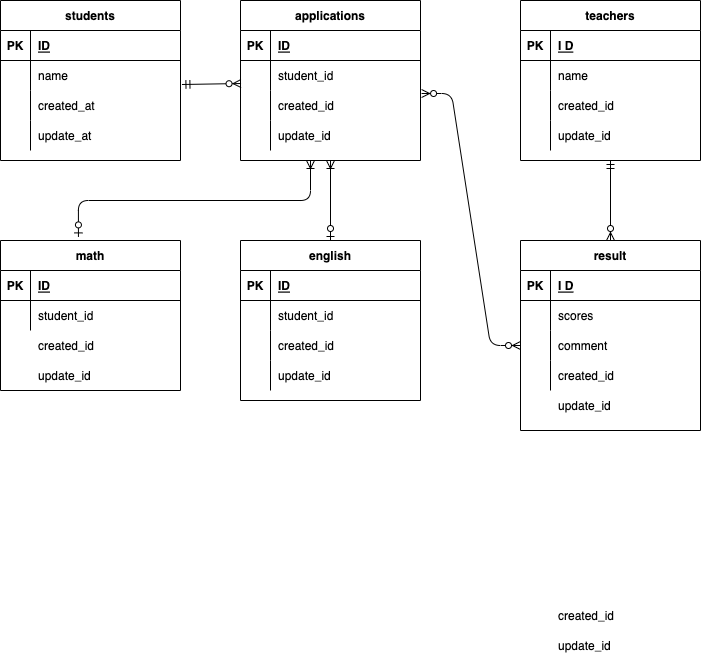
The draw.io diagram index.drawio.png in FukumuraTakayuki/20221019ERtest, before a commit. Source tidied: cells renumbered, new cells last; positions are measured from the earlier drawing's top-left corner, leaving out a move shared by most shapes.
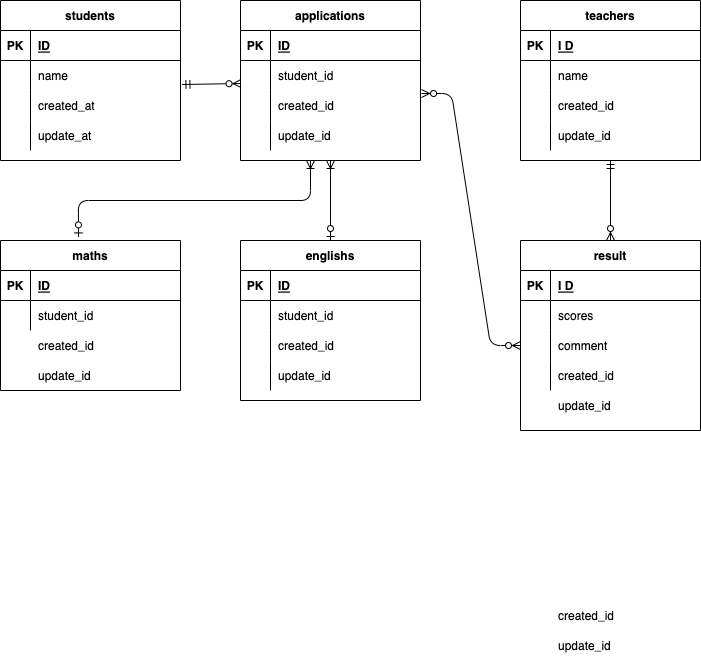
Above is the later version.

What changed in the source:
```diff
@@ -80,7 +80,7 @@
     <mxCell id="27" value="update_id" style="shape=partialRectangle;fillColor=none;top=0;left=0;bottom=0;right=0;align=left;spacingLeft=6;overflow=hidden;" parent="25" vertex="1">
       <mxGeometry x="30" width="150" height="30" as="geometry" />
     </mxCell>
-    <mxCell id="28" value="english" style="shape=table;startSize=30;rowLines=0;fontStyle=1;align=center;" parent="1" vertex="1">
+    <mxCell id="28" value="englishs" style="shape=table;startSize=30;rowLines=0;fontStyle=1;align=center;" parent="1" vertex="1">
       <mxGeometry x="240" y="240" width="180" height="160" as="geometry" />
     </mxCell>
     <mxCell id="29" style="shape=partialRectangle;fillColor=none;top=0;left=0;bottom=1;right=0;" parent="28" vertex="1">
@@ -221,7 +221,7 @@
     <mxCell id="74" style="fontSize=12;html=1;endArrow=ERzeroToMany;startArrow=ERmandOne;exitX=0.5;exitY=1;exitDx=0;exitDy=0;entryX=0.5;entryY=0;entryDx=0;entryDy=0;" parent="1" edge="1" source="54" target="41">
       <mxGeometry relative="1" as="geometry" />
     </mxCell>
-    <mxCell id="75" value="math" style="shape=table;startSize=30;rowLines=0;fontStyle=1;align=center;" parent="1" vertex="1">
+    <mxCell id="75" value="maths" style="shape=table;startSize=30;rowLines=0;fontStyle=1;align=center;" parent="1" vertex="1">
       <mxGeometry y="240" width="180" height="150" as="geometry" />
     </mxCell>
     <mxCell id="76" style="shape=partialRectangle;fillColor=none;top=0;left=0;bottom=1;right=0;" parent="75" vertex="1">
```
